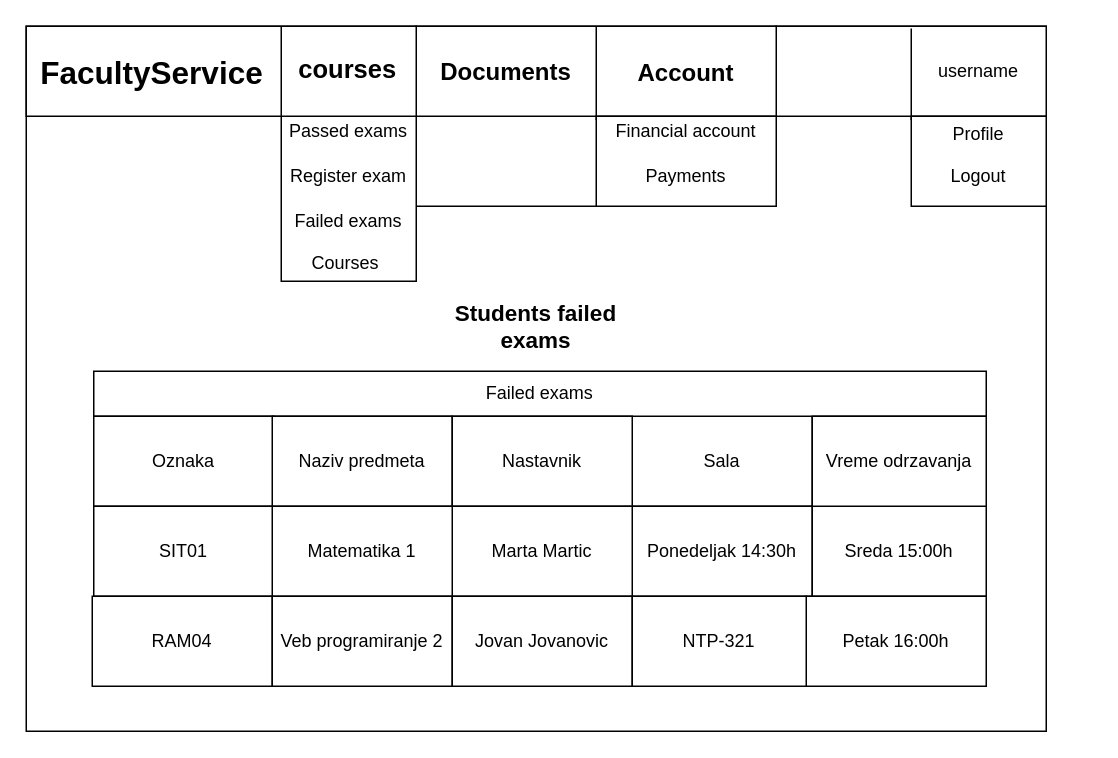
Earlier version of the draw.io diagram EObrazivanjeProjekat/Wireframes/failedExams.drawio (milankrunic/EObrazovanjeProjekat2021). Source tidied: cells renumbered, new cells numbered last; positions are measured from the earlier drawing's top-left corner, leaving out a move shared by most shapes. Both pictures are drawn from the tidied source at 150%, with x=0, y=0 at pixel (26, 26).
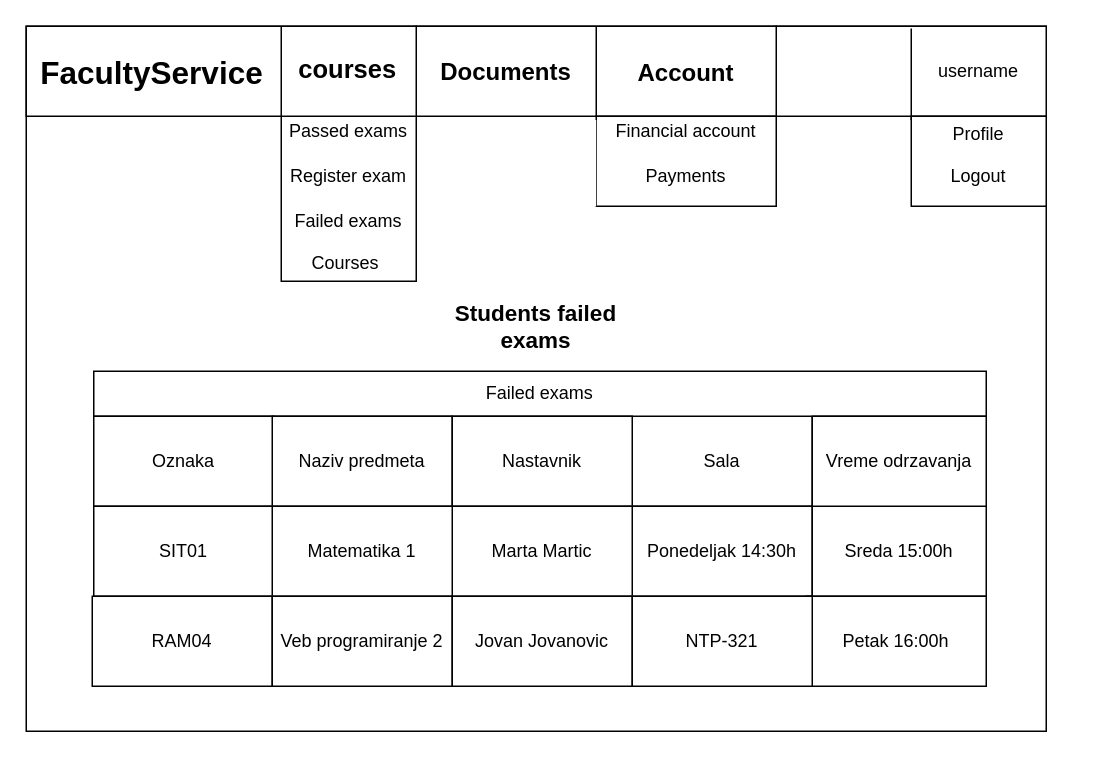
The same diagram, later.

Change to the diagram source:
```diff
@@
-    <mxCell id="4" style="verticalLabelPosition=bottom;verticalAlign=top;html=1;shape=mxgraph.basic.rect;fillColor2=none;strokeWidth=1;size=20;indent=5;" parent="1" vertex="1">
+    <mxCell id="4" style="verticalLabelPosition=bottom;verticalAlign=top;html=1;shape=mxgraph.basic.rect;fillColor2=none;strokeWidth=1;size=20;indent=5;fillColor=#FFFFFF;strokeColor=none;" parent="1" vertex="1">
       <mxGeometry x="260" y="60" width="120" height="60" as="geometry" />
     </mxCell>
@@
     <mxCell id="43" value="NTP-321" style="rounded=0;whiteSpace=wrap;html=1;" parent="1" vertex="1">
-      <mxGeometry x="404" y="380" width="116" height="60" as="geometry" />
+      <mxGeometry x="404" y="380" width="120" height="60" as="geometry" />
     </mxCell>
```
